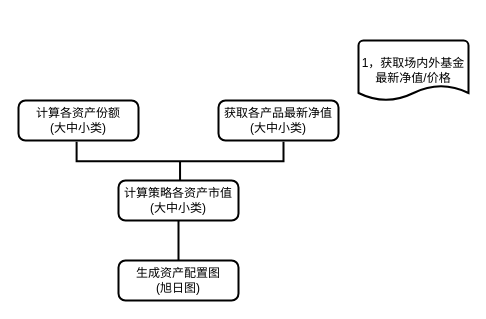
Before: 资产配置.drawio in marcowangfrm/marketmemo, a draw.io diagram. Source tidied: cells renumbered, new cells numbered last; positions are measured from the earlier drawing's top-left corner, leaving out a move shared by most shapes. Both pictures are drawn from the tidied source at 100%, with x=0, y=0 at pixel (18, 40).
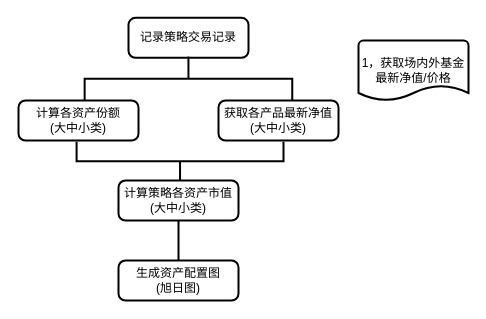
After the change.

Change to the diagram source:
```diff
@@
 <mxGraphModel>
   <root>
     <mxCell id="0" />
     <mxCell id="1" parent="0" />
     <mxCell id="2" value="生成资产配置图&lt;br&gt;(旭日图)" style="rounded=1;whiteSpace=wrap;html=1;absoluteArcSize=1;arcSize=14;strokeWidth=2;" parent="1" vertex="1">
       <mxGeometry x="100" y="220" width="120" height="40" as="geometry" />
     </mxCell>
     <mxCell id="3" value="计算策略各资产市值&lt;br&gt;(大中小类)" style="rounded=1;whiteSpace=wrap;html=1;absoluteArcSize=1;arcSize=14;strokeWidth=2;" parent="1" vertex="1">
       <mxGeometry x="100" y="140" width="120" height="40" as="geometry" />
     </mxCell>
     <mxCell id="4" value="计算各资产份额&lt;br&gt;(大中小类)" style="rounded=1;whiteSpace=wrap;html=1;absoluteArcSize=1;arcSize=14;strokeWidth=2;" parent="1" vertex="1">
       <mxGeometry y="60" width="120" height="40" as="geometry" />
     </mxCell>
     <mxCell id="5" value="获取各产品最新净值&lt;br&gt;(大中小类)" style="rounded=1;whiteSpace=wrap;html=1;absoluteArcSize=1;arcSize=14;strokeWidth=2;" parent="1" vertex="1">
       <mxGeometry x="200" y="60" width="120" height="40" as="geometry" />
     </mxCell>
     <mxCell id="6" style="strokeWidth=2;html=1;shape=mxgraph.flowchart.annotation_2;align=left;labelPosition=right;rotation=-90;" parent="1" vertex="1">
       <mxGeometry x="142" y="17.3" width="39.1" height="206.9" as="geometry" />
     </mxCell>
     <mxCell id="7" style="endArrow=none;html=1;rounded=0;entryX=0.5;entryY=1;entryDx=0;entryDy=0;exitX=0.5;exitY=0;exitDx=0;exitDy=0;strokeWidth=2;" parent="1" edge="1" source="2" target="3">
       <mxGeometry relative="1" as="geometry" />
     </mxCell>
     <mxCell id="8" value="1，获取场内外基金最新净值/价格" style="strokeWidth=2;html=1;shape=mxgraph.flowchart.document2;whiteSpace=wrap;size=0.25;" parent="1" vertex="1">
       <mxGeometry x="340" width="110" height="60" as="geometry" />
     </mxCell>
+    <mxCell id="9" value="记录策略交易记录" style="rounded=1;whiteSpace=wrap;html=1;absoluteArcSize=1;arcSize=14;strokeWidth=2;" parent="1" vertex="1">
+      <mxGeometry x="110" y="-22.7" width="120" height="40" as="geometry" />
+    </mxCell>
+    <mxCell id="10" style="strokeWidth=2;html=1;shape=mxgraph.flowchart.annotation_2;align=left;labelPosition=right;rotation=90;" parent="1" vertex="1">
+      <mxGeometry x="147.8" y="-65.5" width="44.3" height="207.6" as="geometry" />
+    </mxCell>
   </root>
 </mxGraphModel>
```
